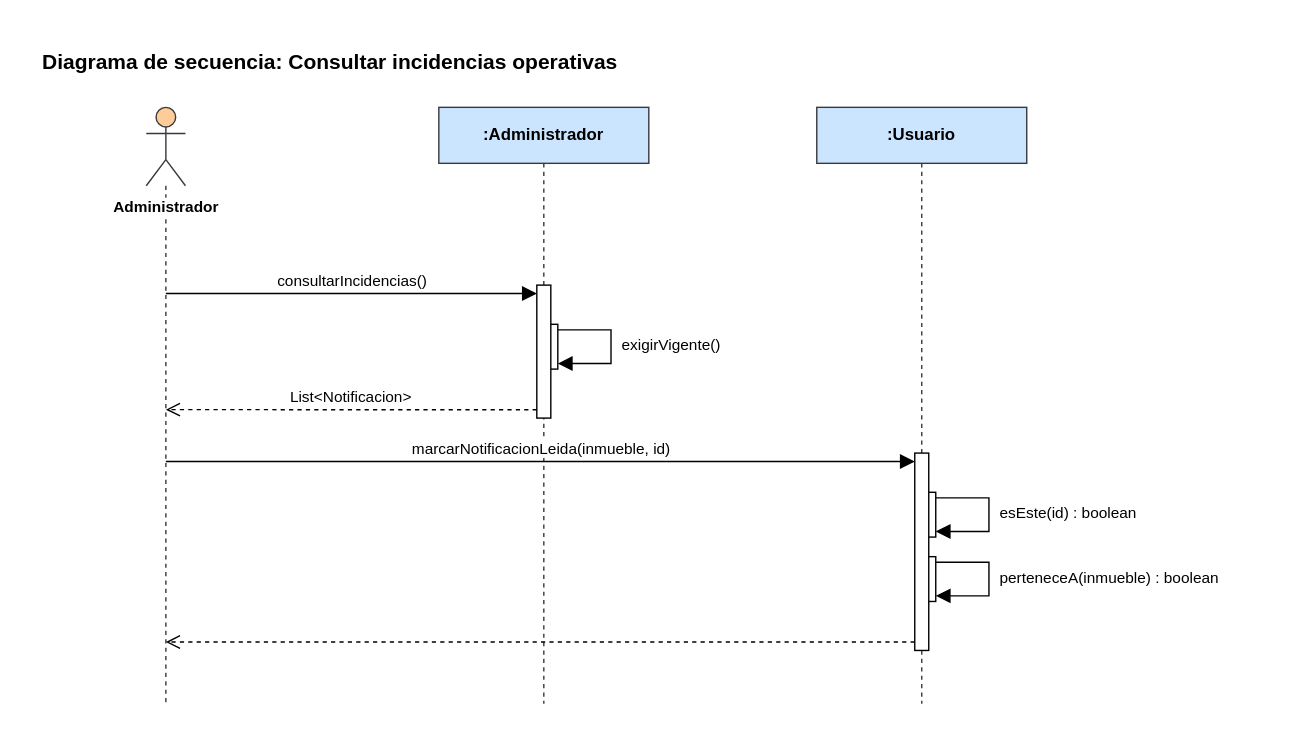
Earlier version of the draw.io export Diagramas/Secuencia/consultar-incidencias-operativas.svg (manuel20051208/HorizontalSoftware-Back-End). Source tidied: cells renumbered, new cells last; positions are measured from the earlier drawing's top-left corner, leaving out a move shared by most shapes. Source of this version:
```xml
<mxGraphModel>
  <root>
    <mxCell id="0" />
    <mxCell id="1" parent="0" />
    <mxCell id="2" value="&lt;b&gt;Diagrama de secuencia: Consultar incidencias operativas&lt;/b&gt;" style="text;html=1;align=left;verticalAlign=top;whiteSpace=wrap;fontSize=15;" parent="1" vertex="1">
      <mxGeometry width="864" height="26" as="geometry" />
    </mxCell>
    <mxCell id="3" value="Administrador" style="shape=umlLifeline;participant=umlActor;perimeter=lifelinePerimeter;whiteSpace=nowrap;html=1;outlineConnect=0;portConstraint=eastwest;size=56;verticalAlign=top;spacingTop=58;labelBackgroundColor=#ffffff;fontStyle=1;fontSize=11;fillColor=#ffcc99;strokeColor=#36393d;" parent="1" vertex="1">
      <mxGeometry x="76" y="48" width="28" height="426" as="geometry" />
    </mxCell>
    <mxCell id="4" value=":Administrador" style="shape=umlLifeline;perimeter=lifelinePerimeter;whiteSpace=wrap;html=1;fillColor=#cce5ff;strokeColor=#36393d;fontStyle=1;fontSize=12;" parent="1" vertex="1">
      <mxGeometry x="285" y="48" width="150" height="426" as="geometry" />
    </mxCell>
    <mxCell id="5" value=":Usuario" style="shape=umlLifeline;perimeter=lifelinePerimeter;whiteSpace=wrap;html=1;fillColor=#cce5ff;strokeColor=#36393d;fontStyle=1;fontSize=12;" parent="1" vertex="1">
      <mxGeometry x="555" y="48" width="150" height="426" as="geometry" />
    </mxCell>
    <mxCell id="6" style="html=1;points=[];perimeter=orthogonalPerimeter;fillColor=#ffffff;strokeColor=#000000;" parent="1" vertex="1">
      <mxGeometry x="360" y="203" width="10" height="32" as="geometry" />
    </mxCell>
    <mxCell id="7" style="html=1;points=[];perimeter=orthogonalPerimeter;fillColor=#ffffff;strokeColor=#000000;" parent="1" vertex="1">
      <mxGeometry x="355" y="175" width="10" height="95" as="geometry" />
    </mxCell>
    <mxCell id="8" style="html=1;points=[];perimeter=orthogonalPerimeter;fillColor=#ffffff;strokeColor=#000000;" parent="1" vertex="1">
      <mxGeometry x="630" y="323" width="10" height="32" as="geometry" />
    </mxCell>
    <mxCell id="9" style="html=1;points=[];perimeter=orthogonalPerimeter;fillColor=#ffffff;strokeColor=#000000;" parent="1" vertex="1">
      <mxGeometry x="630" y="369" width="10" height="32" as="geometry" />
    </mxCell>
    <mxCell id="10" style="html=1;points=[];perimeter=orthogonalPerimeter;fillColor=#ffffff;strokeColor=#000000;" parent="1" vertex="1">
      <mxGeometry x="625" y="295" width="10" height="141" as="geometry" />
    </mxCell>
    <mxCell id="11" value="consultarIncidencias()" style="html=1;verticalAlign=bottom;rounded=0;fontSize=11;strokeColor=#000000;endArrow=block;endFill=1;endSize=8;exitX=0.5000;exitY=0.3122;exitDx=0;exitDy=0;exitPerimeter=0;entryX=0.0000;entryY=0.0632;entryDx=0;entryDy=0;entryPerimeter=0;" parent="1" edge="1" source="3" target="7">
      <mxGeometry relative="1" as="geometry" />
    </mxCell>
    <mxCell id="12" style="html=1;rounded=0;endArrow=block;endFill=1;endSize=8;strokeColor=#000000;exitX=1.0000;exitY=0.1250;exitDx=0;exitDy=0;exitPerimeter=0;entryX=1.0000;entryY=0.8750;entryDx=0;entryDy=0;entryPerimeter=0;" parent="1" edge="1" source="6" target="6">
      <mxGeometry relative="1" as="geometry">
        <Array as="points">
          <mxPoint x="408" y="207" />
          <mxPoint x="408" y="231" />
        </Array>
      </mxGeometry>
    </mxCell>
    <mxCell id="13" value="List&amp;lt;Notificacion&amp;gt;" style="html=1;verticalAlign=bottom;rounded=0;fontSize=11;strokeColor=#000000;dashed=1;endArrow=open;endFill=0;endSize=8;exitX=0.0000;exitY=0.9368;exitDx=0;exitDy=0;exitPerimeter=0;entryX=0.5000;entryY=0.5070;entryDx=0;entryDy=0;entryPerimeter=0;" parent="1" edge="1" source="7" target="3">
      <mxGeometry relative="1" as="geometry" />
    </mxCell>
    <mxCell id="14" value="marcarNotificacionLeida(inmueble, id)" style="html=1;verticalAlign=bottom;rounded=0;fontSize=11;strokeColor=#000000;endArrow=block;endFill=1;endSize=8;exitX=0.5000;exitY=0.5939;exitDx=0;exitDy=0;exitPerimeter=0;entryX=0.0000;entryY=0.0426;entryDx=0;entryDy=0;entryPerimeter=0;" parent="1" edge="1" source="3" target="10">
      <mxGeometry relative="1" as="geometry" />
    </mxCell>
    <mxCell id="15" style="html=1;rounded=0;endArrow=block;endFill=1;endSize=8;strokeColor=#000000;exitX=1.0000;exitY=0.1250;exitDx=0;exitDy=0;exitPerimeter=0;entryX=1.0000;entryY=0.8750;entryDx=0;entryDy=0;entryPerimeter=0;" parent="1" edge="1" source="8" target="8">
      <mxGeometry relative="1" as="geometry">
        <Array as="points">
          <mxPoint x="678" y="327" />
          <mxPoint x="678" y="351" />
        </Array>
      </mxGeometry>
    </mxCell>
    <mxCell id="16" style="html=1;rounded=0;endArrow=block;endFill=1;endSize=8;strokeColor=#000000;exitX=1.0000;exitY=0.1250;exitDx=0;exitDy=0;exitPerimeter=0;entryX=1.0000;entryY=0.8750;entryDx=0;entryDy=0;entryPerimeter=0;" parent="1" edge="1" source="9" target="9">
      <mxGeometry relative="1" as="geometry">
        <Array as="points">
          <mxPoint x="678" y="373" />
          <mxPoint x="678" y="397" />
        </Array>
      </mxGeometry>
    </mxCell>
    <mxCell id="17" style="html=1;verticalAlign=bottom;rounded=0;fontSize=11;strokeColor=#000000;dashed=1;endArrow=open;endFill=0;endSize=8;exitX=0.0000;exitY=0.9574;exitDx=0;exitDy=0;exitPerimeter=0;entryX=0.5000;entryY=0.8967;entryDx=0;entryDy=0;entryPerimeter=0;" parent="1" edge="1" source="10" target="3">
      <mxGeometry relative="1" as="geometry" />
    </mxCell>
    <mxCell id="18" value="exigirVigente()" style="text;html=1;align=left;verticalAlign=top;whiteSpace=wrap;overflow=hidden;fontSize=11;" parent="1" vertex="1">
      <mxGeometry x="414" y="205" width="185" height="28" as="geometry" />
    </mxCell>
    <mxCell id="19" value="esEste(id) : boolean" style="text;html=1;align=left;verticalAlign=top;whiteSpace=wrap;overflow=hidden;fontSize=11;" parent="1" vertex="1">
      <mxGeometry x="684" y="325" width="185" height="28" as="geometry" />
    </mxCell>
    <mxCell id="20" value="perteneceA(inmueble) : boolean" style="text;html=1;align=left;verticalAlign=top;whiteSpace=wrap;overflow=hidden;fontSize=11;" parent="1" vertex="1">
      <mxGeometry x="684" y="371" width="185" height="28" as="geometry" />
    </mxCell>
  </root>
</mxGraphModel>
```
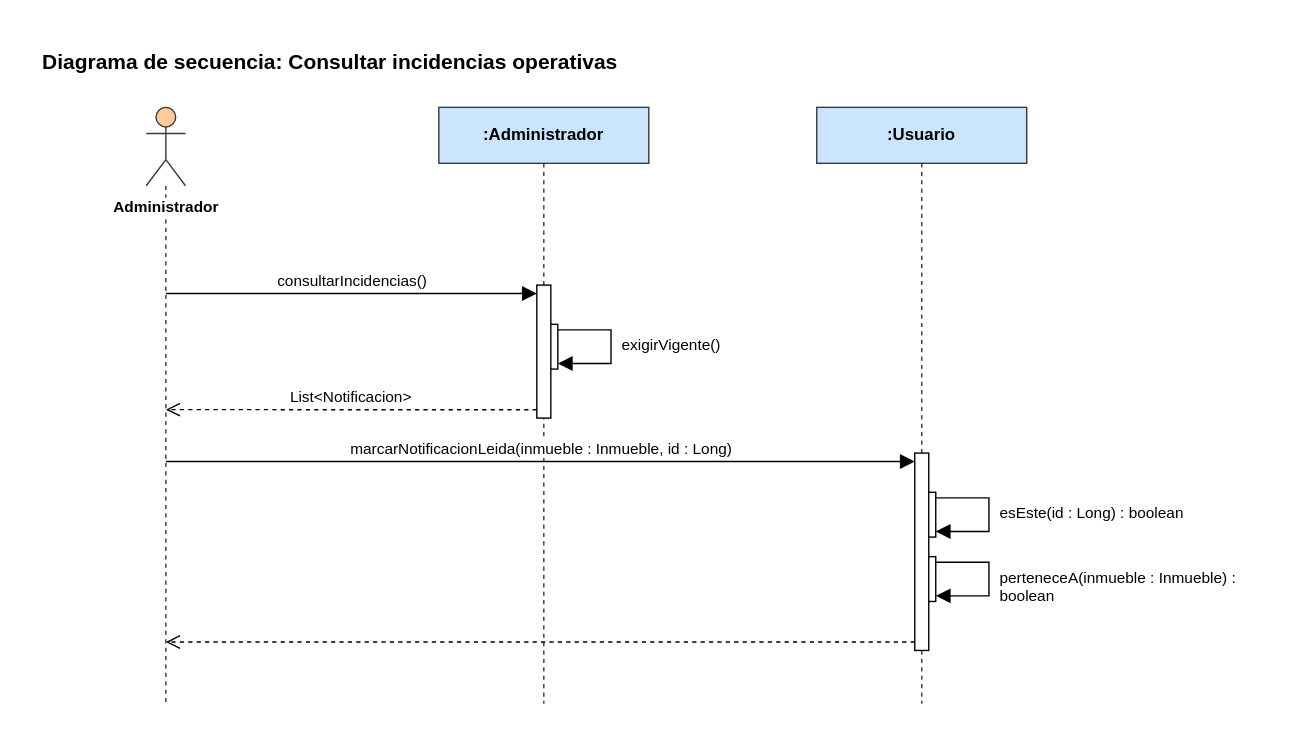
Later version of the same file.

What changed in the source:
```diff
@@ -43,7 +43,7 @@
     <mxCell id="13" value="List&amp;lt;Notificacion&amp;gt;" style="html=1;verticalAlign=bottom;rounded=0;fontSize=11;strokeColor=#000000;dashed=1;endArrow=open;endFill=0;endSize=8;exitX=0.0000;exitY=0.9368;exitDx=0;exitDy=0;exitPerimeter=0;entryX=0.5000;entryY=0.5070;entryDx=0;entryDy=0;entryPerimeter=0;" parent="1" edge="1" source="7" target="3">
       <mxGeometry relative="1" as="geometry" />
     </mxCell>
-    <mxCell id="14" value="marcarNotificacionLeida(inmueble, id)" style="html=1;verticalAlign=bottom;rounded=0;fontSize=11;strokeColor=#000000;endArrow=block;endFill=1;endSize=8;exitX=0.5000;exitY=0.5939;exitDx=0;exitDy=0;exitPerimeter=0;entryX=0.0000;entryY=0.0426;entryDx=0;entryDy=0;entryPerimeter=0;" parent="1" edge="1" source="3" target="10">
+    <mxCell id="14" value="marcarNotificacionLeida(inmueble : Inmueble, id : Long)" style="html=1;verticalAlign=bottom;rounded=0;fontSize=11;strokeColor=#000000;endArrow=block;endFill=1;endSize=8;exitX=0.5000;exitY=0.5939;exitDx=0;exitDy=0;exitPerimeter=0;entryX=0.0000;entryY=0.0426;entryDx=0;entryDy=0;entryPerimeter=0;" parent="1" edge="1" source="3" target="10">
       <mxGeometry relative="1" as="geometry" />
     </mxCell>
     <mxCell id="15" style="html=1;rounded=0;endArrow=block;endFill=1;endSize=8;strokeColor=#000000;exitX=1.0000;exitY=0.1250;exitDx=0;exitDy=0;exitPerimeter=0;entryX=1.0000;entryY=0.8750;entryDx=0;entryDy=0;entryPerimeter=0;" parent="1" edge="1" source="8" target="8">
@@ -68,10 +68,10 @@
     <mxCell id="18" value="exigirVigente()" style="text;html=1;align=left;verticalAlign=top;whiteSpace=wrap;overflow=hidden;fontSize=11;" parent="1" vertex="1">
       <mxGeometry x="414" y="205" width="185" height="28" as="geometry" />
     </mxCell>
-    <mxCell id="19" value="esEste(id) : boolean" style="text;html=1;align=left;verticalAlign=top;whiteSpace=wrap;overflow=hidden;fontSize=11;" parent="1" vertex="1">
+    <mxCell id="19" value="esEste(id : Long) : boolean" style="text;html=1;align=left;verticalAlign=top;whiteSpace=wrap;overflow=hidden;fontSize=11;" parent="1" vertex="1">
       <mxGeometry x="684" y="325" width="185" height="28" as="geometry" />
     </mxCell>
-    <mxCell id="20" value="perteneceA(inmueble) : boolean" style="text;html=1;align=left;verticalAlign=top;whiteSpace=wrap;overflow=hidden;fontSize=11;" parent="1" vertex="1">
+    <mxCell id="20" value="perteneceA(inmueble : Inmueble) : boolean" style="text;html=1;align=left;verticalAlign=top;whiteSpace=wrap;overflow=hidden;fontSize=11;" parent="1" vertex="1">
       <mxGeometry x="684" y="371" width="185" height="28" as="geometry" />
     </mxCell>
   </root>
```
